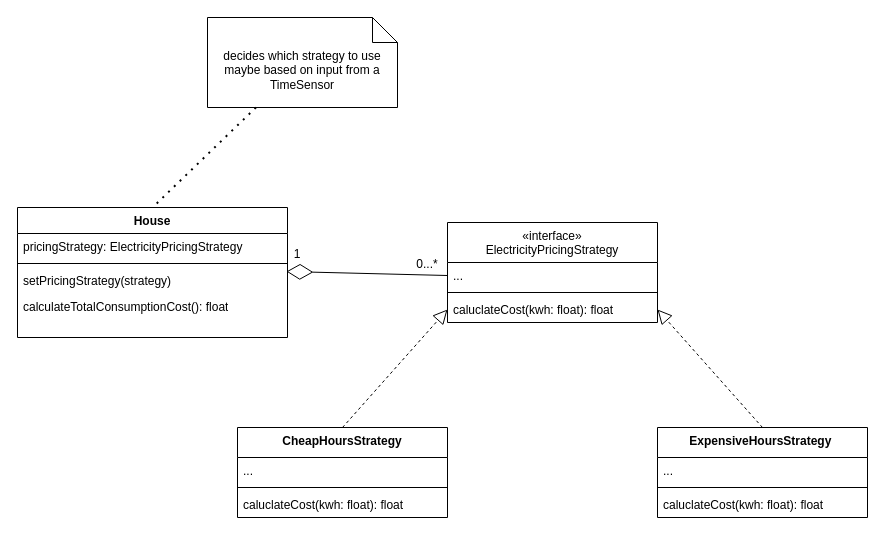
Above: strategy.drawio in alfacentaur1/omo_objectModel (draw.io), before the change. Source tidied: cells renumbered, new cells numbered last; positions are measured from the earlier drawing's top-left corner, leaving out a move shared by most shapes. Both pictures are drawn from the tidied source at 100%, with x=0, y=0 at pixel (17, 17).
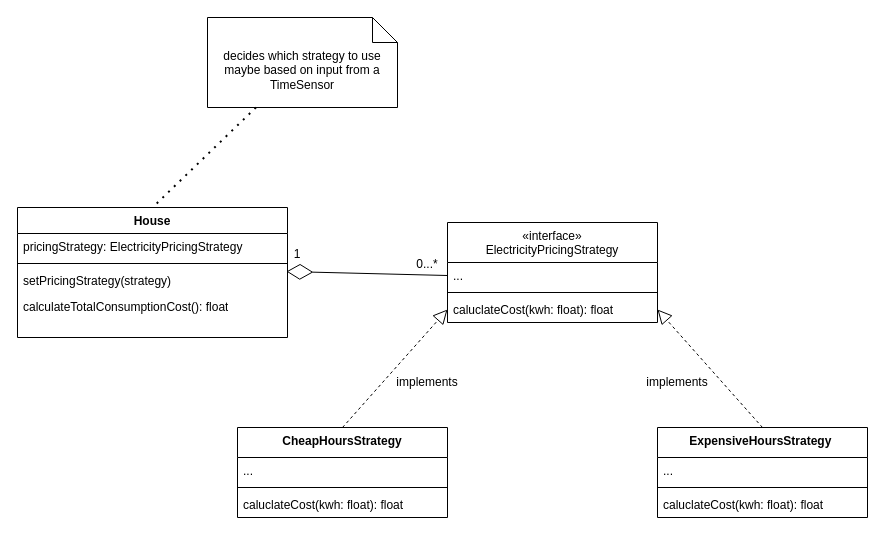
After the change.

Diff of the diagram source:
```diff
@@
+    <mxCell id="26" value="implements" style="text;html=1;whiteSpace=wrap;strokeColor=none;fillColor=none;align=center;verticalAlign=middle;rounded=0;" parent="1" vertex="1">
+      <mxGeometry x="380" y="350" width="60" height="30" as="geometry" />
+    </mxCell>
+    <mxCell id="27" value="implements" style="text;html=1;whiteSpace=wrap;strokeColor=none;fillColor=none;align=center;verticalAlign=middle;rounded=0;" parent="1" vertex="1">
+      <mxGeometry x="630" y="350" width="60" height="30" as="geometry" />
+    </mxCell>
```
